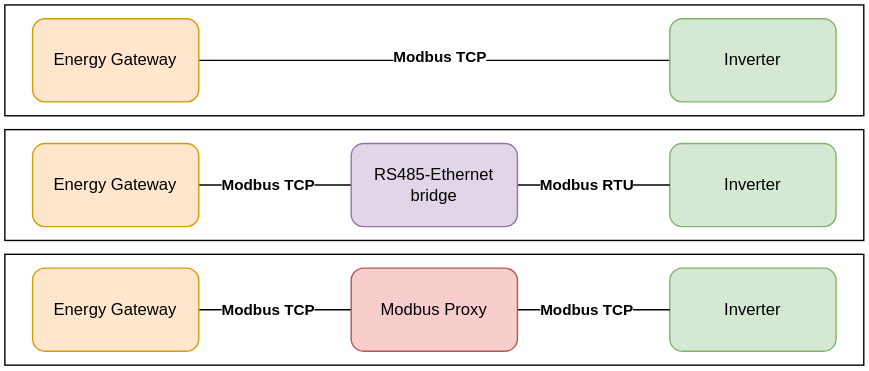
Earlier version of the draw.io export docs/energy-gateway/egw_setup.drawio.svg (srcfl/srcful-documentation). Source tidied: cells renumbered, new cells last; positions are measured from the earlier drawing's top-left corner, leaving out a move shared by most shapes.
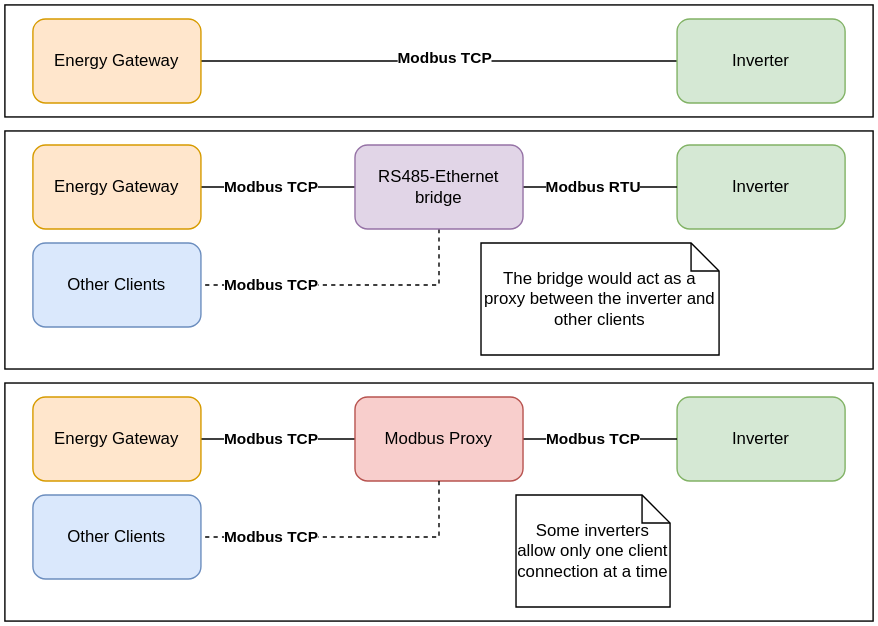
Later version of the same file.

Change to the diagram source:
```diff
@@ -18,7 +18,7 @@
       <mxGeometry x="480" y="10" width="120" height="60" as="geometry" />
     </mxCell>
     <mxCell id="7" style="rounded=0;whiteSpace=wrap;html=1;" parent="1" vertex="1">
-      <mxGeometry y="90" width="620" height="80" as="geometry" />
+      <mxGeometry y="90" width="620" height="170" as="geometry" />
     </mxCell>
     <mxCell id="8" style="edgeStyle=orthogonalEdgeStyle;rounded=0;jettySize=auto;html=1;exitX=1;exitY=0.5;exitDx=0;exitDy=0;entryX=0;entryY=0.5;entryDx=0;entryDy=0;endArrow=none;endFill=0;" parent="1" edge="1" source="9" target="12">
       <mxGeometry relative="1" as="geometry" />
@@ -32,38 +32,67 @@
     <mxCell id="11" style="edgeStyle=orthogonalEdgeStyle;rounded=0;jettySize=auto;html=1;exitX=1;exitY=0.5;exitDx=0;exitDy=0;entryX=0;entryY=0.5;entryDx=0;entryDy=0;endArrow=none;endFill=0;" parent="1" edge="1" source="12" target="10">
       <mxGeometry relative="1" as="geometry" />
     </mxCell>
+    <mxCell id="23" style="edgeStyle=orthogonalEdgeStyle;rounded=0;jettySize=auto;html=1;exitX=0.5;exitY=1;exitDx=0;exitDy=0;entryX=1;entryY=0.5;entryDx=0;entryDy=0;endArrow=none;endFill=0;dashed=1;" parent="1" edge="1" source="12" target="24">
+      <mxGeometry relative="1" as="geometry" />
+    </mxCell>
     <mxCell id="12" value="RS485-Ethernet bridge" style="rounded=1;whiteSpace=wrap;html=1;fillColor=#e1d5e7;strokeColor=#9673a6;" parent="1" vertex="1">
       <mxGeometry x="250" y="100" width="120" height="60" as="geometry" />
     </mxCell>
     <mxCell id="13" style="rounded=0;whiteSpace=wrap;html=1;" parent="1" vertex="1">
-      <mxGeometry y="180" width="620" height="80" as="geometry" />
+      <mxGeometry y="270" width="620" height="170" as="geometry" />
     </mxCell>
     <mxCell id="14" style="edgeStyle=orthogonalEdgeStyle;rounded=0;jettySize=auto;html=1;exitX=1;exitY=0.5;exitDx=0;exitDy=0;entryX=0;entryY=0.5;entryDx=0;entryDy=0;endArrow=none;endFill=0;" parent="1" edge="1" source="15" target="18">
       <mxGeometry relative="1" as="geometry" />
     </mxCell>
     <mxCell id="15" value="Energy Gateway" style="rounded=1;whiteSpace=wrap;html=1;fillColor=#ffe6cc;strokeColor=#d79b00;" parent="1" vertex="1">
-      <mxGeometry x="20" y="190" width="120" height="60" as="geometry" />
+      <mxGeometry x="20" y="280" width="120" height="60" as="geometry" />
     </mxCell>
     <mxCell id="16" value="Inverter" style="rounded=1;whiteSpace=wrap;html=1;fillColor=#d5e8d4;strokeColor=#82b366;" parent="1" vertex="1">
-      <mxGeometry x="480" y="190" width="120" height="60" as="geometry" />
+      <mxGeometry x="480" y="280" width="120" height="60" as="geometry" />
     </mxCell>
     <mxCell id="17" style="edgeStyle=orthogonalEdgeStyle;rounded=0;jettySize=auto;html=1;exitX=1;exitY=0.5;exitDx=0;exitDy=0;entryX=0;entryY=0.5;entryDx=0;entryDy=0;endArrow=none;endFill=0;" parent="1" edge="1" source="18" target="16">
       <mxGeometry relative="1" as="geometry" />
     </mxCell>
     <mxCell id="18" value="Modbus Proxy" style="rounded=1;whiteSpace=wrap;html=1;fillColor=#f8cecc;strokeColor=#b85450;" parent="1" vertex="1">
-      <mxGeometry x="250" y="190" width="120" height="60" as="geometry" />
+      <mxGeometry x="250" y="280" width="120" height="60" as="geometry" />
     </mxCell>
     <mxCell id="19" value="Modbus TCP" style="edgeLabel;html=1;align=center;verticalAlign=middle;fontStyle=1;" parent="1" vertex="1">
       <mxGeometry x="190" y="130" as="geometry" />
     </mxCell>
     <mxCell id="20" value="Modbus TCP" style="edgeLabel;html=1;align=center;verticalAlign=middle;fontStyle=1;" parent="1" vertex="1">
-      <mxGeometry x="190" y="220" as="geometry" />
+      <mxGeometry x="190" y="310" as="geometry" />
     </mxCell>
     <mxCell id="21" value="Modbus RTU" style="edgeLabel;html=1;align=center;verticalAlign=middle;fontStyle=1;" parent="1" vertex="1">
       <mxGeometry x="420" y="130" as="geometry" />
     </mxCell>
     <mxCell id="22" value="Modbus TCP" style="edgeLabel;html=1;align=center;verticalAlign=middle;fontStyle=1;" parent="1" vertex="1">
-      <mxGeometry x="420" y="220" as="geometry" />
+      <mxGeometry x="420" y="310" as="geometry" />
     </mxCell>
+    <mxCell id="24" value="Other Clients" style="rounded=1;whiteSpace=wrap;html=1;fillColor=#dae8fc;strokeColor=#6c8ebf;" parent="1" vertex="1">
+      <mxGeometry x="20" y="170" width="120" height="60" as="geometry" />
+    </mxCell>
+    <mxCell id="25" value="Modbus TCP" style="edgeLabel;html=1;align=center;verticalAlign=middle;fontStyle=1;" parent="1" vertex="1">
+      <mxGeometry x="190" y="200" as="geometry" />
+    </mxCell>
+    <mxCell id="26" style="edgeStyle=orthogonalEdgeStyle;rounded=0;jettySize=auto;html=1;exitX=0.5;exitY=1;exitDx=0;exitDy=0;entryX=1;entryY=0.5;entryDx=0;entryDy=0;endArrow=none;endFill=0;dashed=1;" parent="1" edge="1" target="27">
+      <mxGeometry relative="1" as="geometry">
+        <mxPoint x="310" y="340" as="sourcePoint" />
+        <Array as="points">
+          <mxPoint x="310" y="380" />
+        </Array>
+      </mxGeometry>
+    </mxCell>
+    <mxCell id="27" value="Other Clients" style="rounded=1;whiteSpace=wrap;html=1;fillColor=#dae8fc;strokeColor=#6c8ebf;" parent="1" vertex="1">
+      <mxGeometry x="20" y="350" width="120" height="60" as="geometry" />
+    </mxCell>
+    <mxCell id="28" value="Modbus TCP" style="edgeLabel;html=1;align=center;verticalAlign=middle;fontStyle=1;" parent="1" vertex="1">
+      <mxGeometry x="190" y="380" as="geometry" />
+    </mxCell>
+    <mxCell id="29" value="&lt;span style=&quot;text-align: left;&quot;&gt;Some inverters allow only one client connection at a time&lt;/span&gt;" style="shape=note;size=20;whiteSpace=wrap;html=1;" parent="1" vertex="1">
+      <mxGeometry x="365" y="350" width="110" height="80" as="geometry" />
+    </mxCell>
+    <mxCell id="30" value="&lt;span style=&quot;text-align: left;&quot;&gt;The bridge would act as a proxy between the inverter and other clients&lt;/span&gt;" style="shape=note;size=20;whiteSpace=wrap;html=1;" parent="1" vertex="1">
+      <mxGeometry x="340" y="170" width="170" height="80" as="geometry" />
+    </mxCell>
   </root>
 </mxGraphModel>
```
